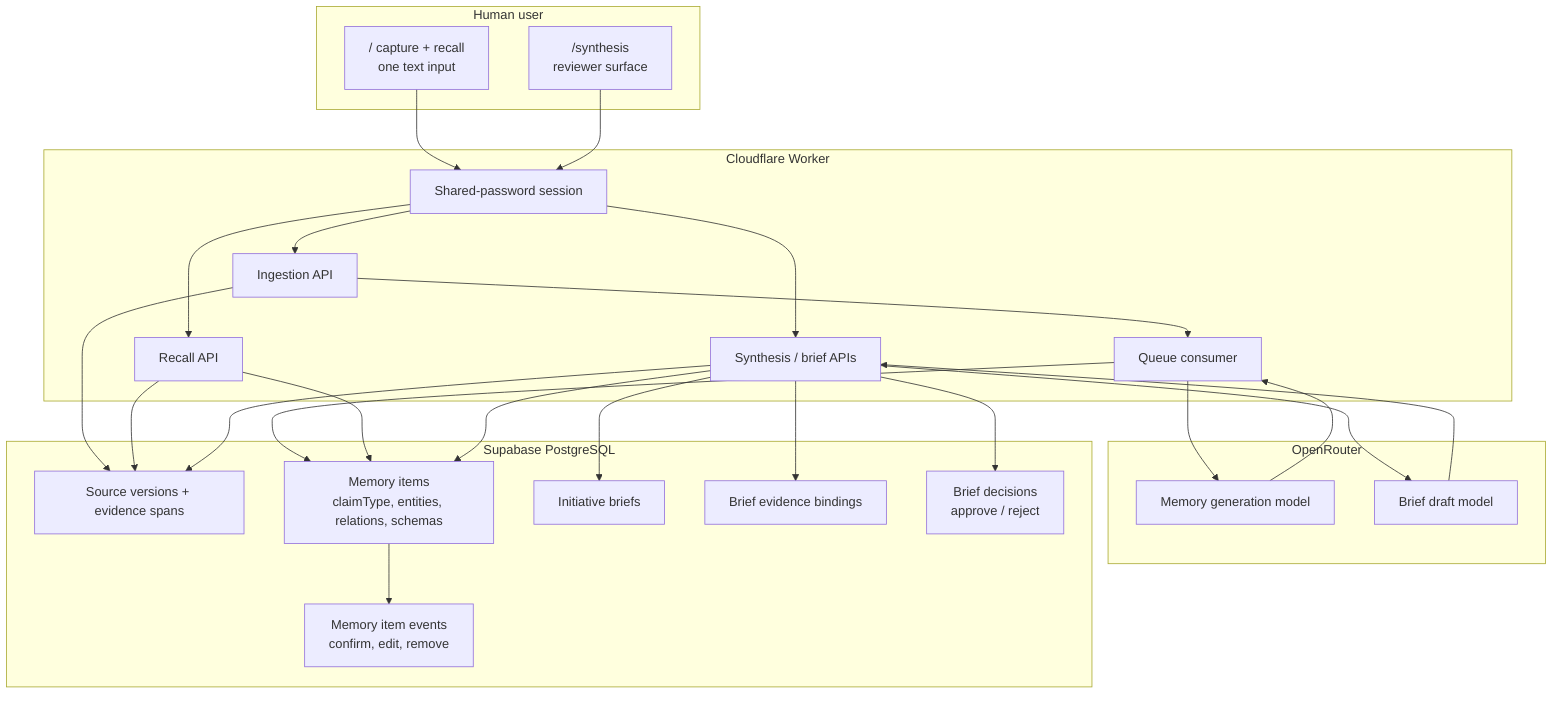
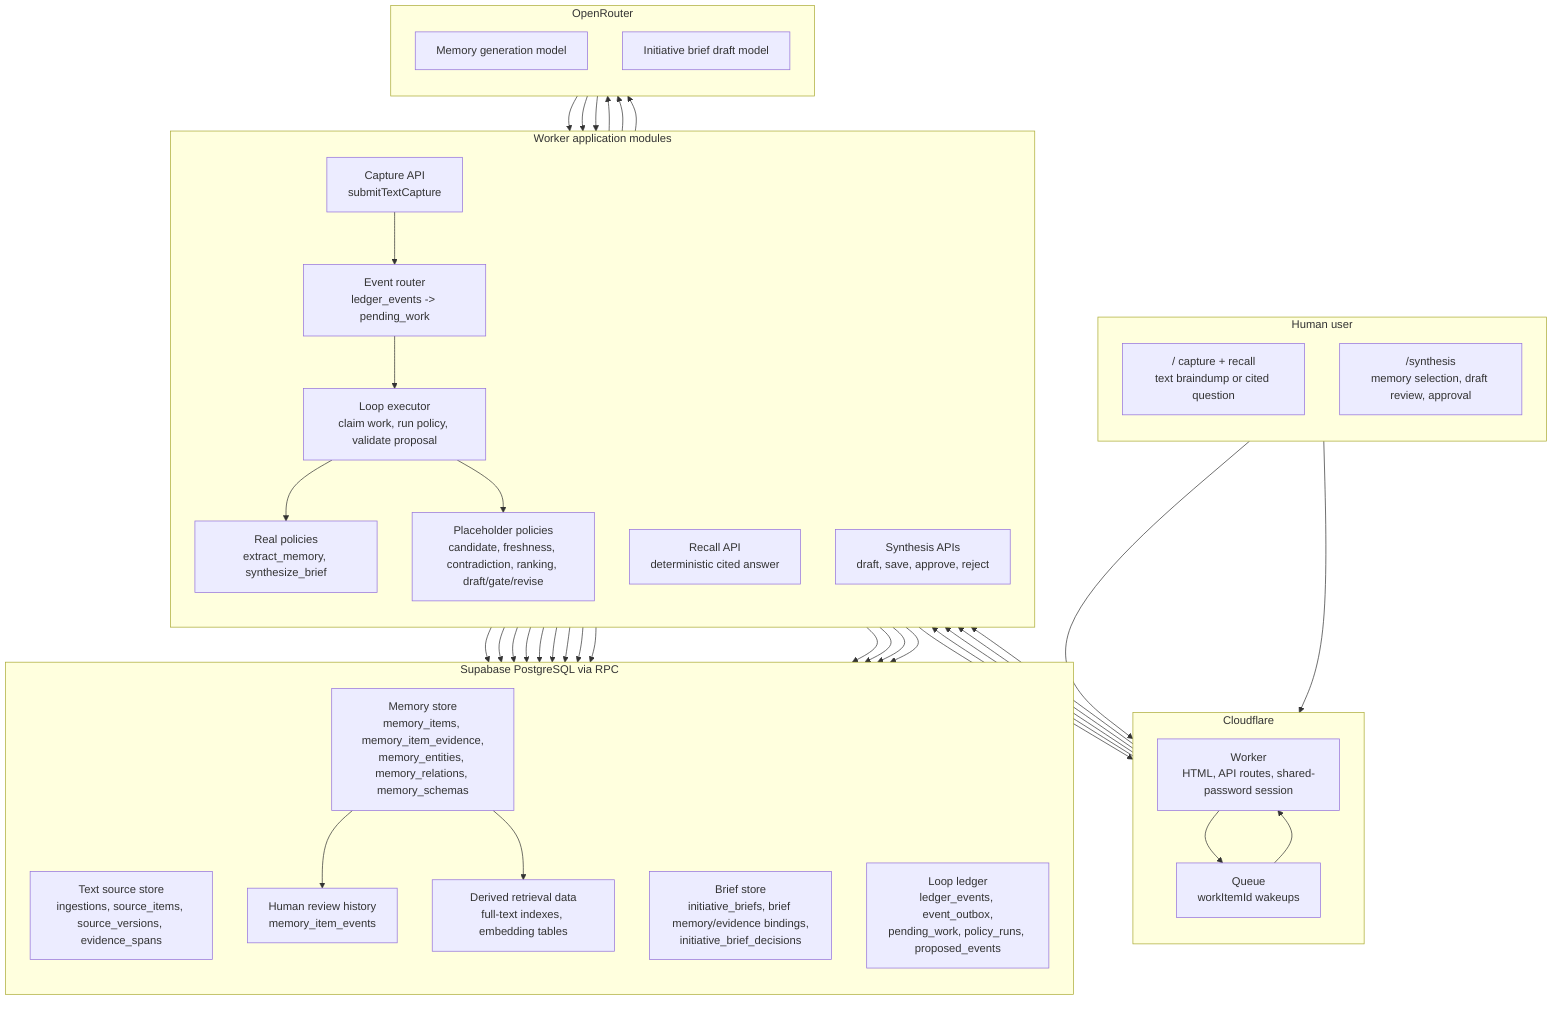
flowchart TB

%% DISTILLERY CURRENT SYSTEM
- %% Status: implemented private pilot.
+ %% Status: implemented private pilot as of 2026-07-08.
+ %% PostgreSQL is canonical. Cloudflare Queue messages are wakeups only.

subgraph USER["Human user"]
-   A["/ capture + recall<br/>one text input"]
-   B["/synthesis<br/>reviewer surface"]
+   direction TB
+   U1["/ capture + recall<br/>text braindump or cited question"]
+   U2["/synthesis<br/>memory selection, draft review, approval"]
end

- subgraph WORKER["Cloudflare Worker"]
-   C["Shared-password session"]
-   D["Ingestion API"]
-   E["Recall API"]
-   F["Synthesis / brief APIs"]
-   G["Queue consumer"]
+ subgraph CF["Cloudflare"]
+   direction TB
+   W["Worker<br/>HTML, API routes, shared-password session"]
+   Q["Queue<br/>workItemId wakeups"]
+ end
+ 
+ subgraph APP["Worker application modules"]
+   direction TB
+   A1["Capture API<br/>submitTextCapture"]
+   A2["Recall API<br/>deterministic cited answer"]
+   A3["Synthesis APIs<br/>draft, save, approve, reject"]
+   A4["Event router<br/>ledger_events -> pending_work"]
+   A5["Loop executor<br/>claim work, run policy, validate proposal"]
+   A6["Real policies<br/>extract_memory, synthesize_brief"]
+   A7["Placeholder policies<br/>candidate, freshness, contradiction, ranking, draft/gate/revise"]
end

subgraph MODEL["OpenRouter"]
-   H["Memory generation model"]
-   I["Brief draft model"]
+   direction TB
+   M1["Memory generation model"]
+   M2["Initiative brief draft model"]
end

- subgraph DB["Supabase PostgreSQL"]
-   J["Source versions + evidence spans"]
-   K["Memory items<br/>claimType, entities, relations, schemas"]
-   L["Memory item events<br/>confirm, edit, remove"]
-   M["Initiative briefs"]
-   N["Brief evidence bindings"]
-   O["Brief decisions<br/>approve / reject"]
+ subgraph DB["Supabase PostgreSQL via RPC"]
+   direction TB
+   D1["Text source store<br/>ingestions, source_items, source_versions, evidence_spans"]
+   D2["Memory store<br/>memory_items, memory_item_evidence,<br/>memory_entities, memory_relations, memory_schemas"]
+   D3["Human review history<br/>memory_item_events"]
+   D4["Brief store<br/>initiative_briefs, brief memory/evidence bindings,<br/>initiative_brief_decisions"]
+   D5["Loop ledger<br/>ledger_events, event_outbox,<br/>pending_work, policy_runs, proposed_events"]
+   D6["Derived retrieval data<br/>full-text indexes, embedding tables"]
end

- A --> C
- B --> C
- C --> D
- C --> E
- C --> F
+ U1 --> W
+ U2 --> W
+ W --> A1
+ W --> A2
+ W --> A3
+ W --> A4
+ Q --> W
+ W --> Q

- D --> J
- D --> G
- G --> H
- H --> G
- G --> K
+ A1 --> D1
+ A1 --> D5
+ A1 --> A4

- E --> K
- E --> J
+ A4 --> D5
+ A4 --> Q
+ A4 --> A5

- F --> K
- F --> J
- F --> I
- I --> F
- F --> M
- F --> N
- F --> O
+ A5 --> D5
+ A5 --> A6
+ A5 --> A7
+ A6 --> M1
+ A6 --> M2
+ M1 --> A6
+ M2 --> A6
+ A5 --> D2
+ A5 --> D4
+ A5 --> D5

- K --> L
+ A2 --> D2
+ A2 --> D1
+ A2 --> D6
+ 
+ A3 --> D2
+ A3 --> D1
+ A3 --> M2
+ M2 --> A3
+ A3 --> D4
+ 
+ D2 --> D3
+ D2 --> D6
